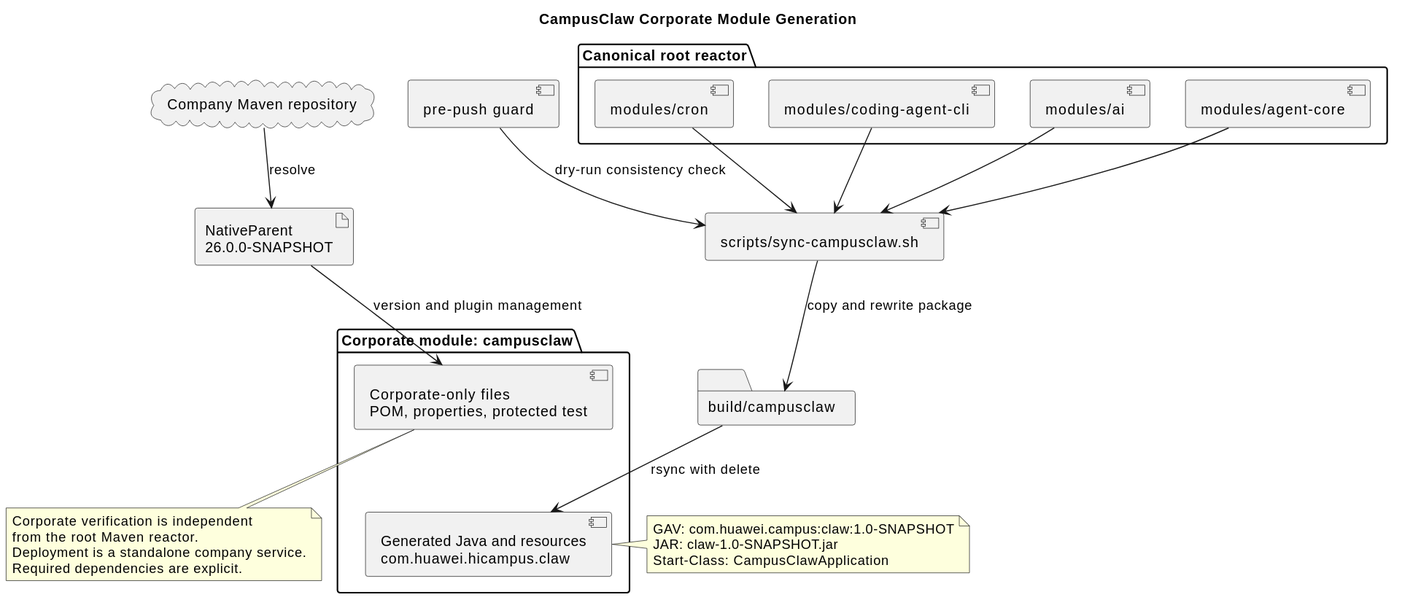
The PlantUML diagram docs/designs/campusclaw-corporate-module/campusclaw_corporate_module.svg in 2862282695gjh-afk/pi-mono-java, before a commit.
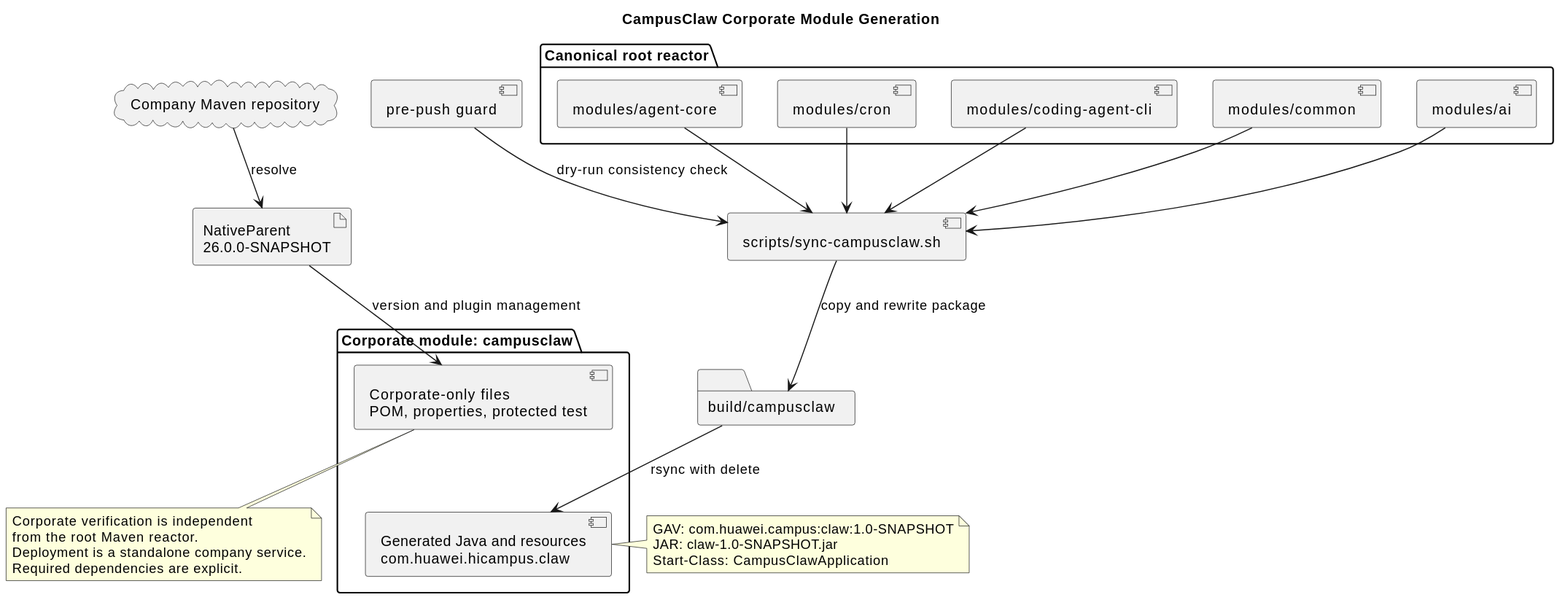
After the change.

Change to the diagram source:
```diff
@@ -3,6 +3,7 @@
 title CampusClaw Corporate Module Generation
 
 package "Canonical root reactor" {
+  component "modules/common" as common
   component "modules/ai" as ai
   component "modules/agent-core" as core
   component "modules/cron" as cron
@@ -21,6 +22,7 @@
 artifact "NativeParent\n26.0.0-SNAPSHOT" as parent
 component "pre-push guard" as hook
 
+common --> sync
 ai --> sync
 core --> sync
 cron --> sync
```
